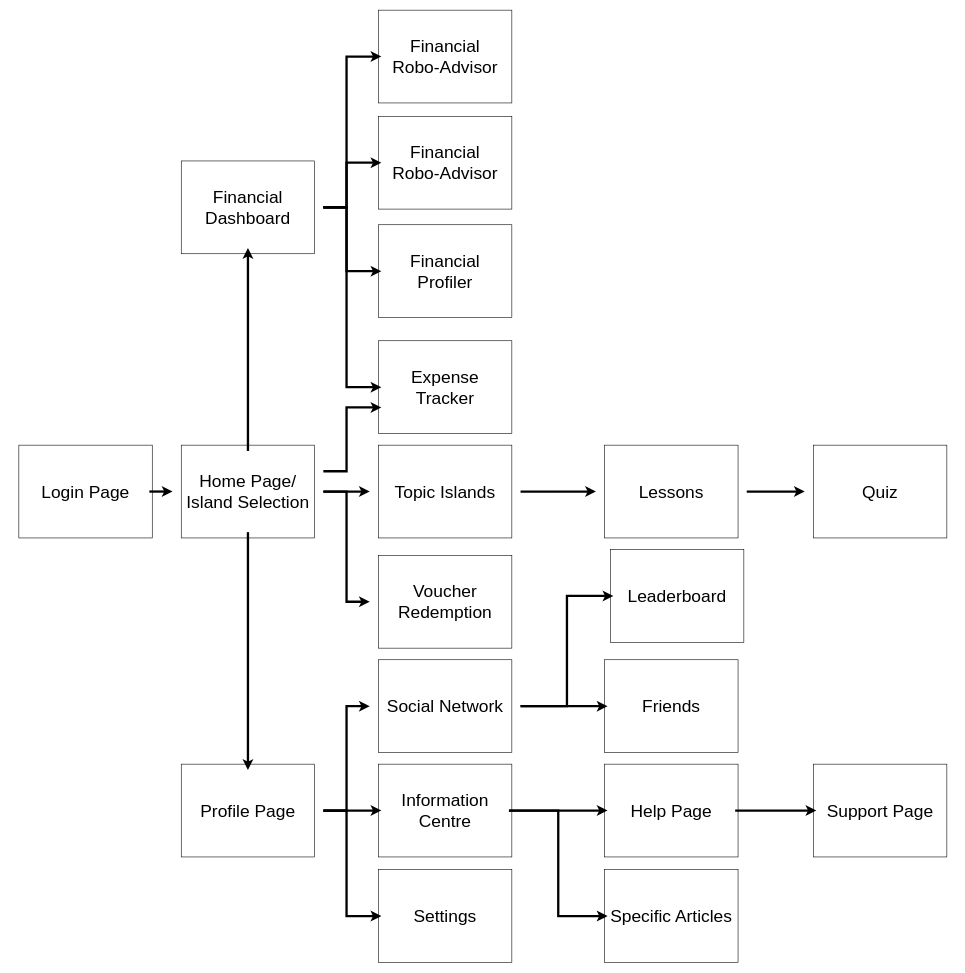
This is FinanceKaki_Iter2.drawio from tigercxx/hello-world, a draw.io file, before an edit. Source tidied: cells renumbered, new cells numbered last; positions are measured from the earlier drawing's top-left corner, leaving out a move shared by most shapes. Both pictures are drawn from the tidied source at 58%, with x=0, y=0 at pixel (10, 10).
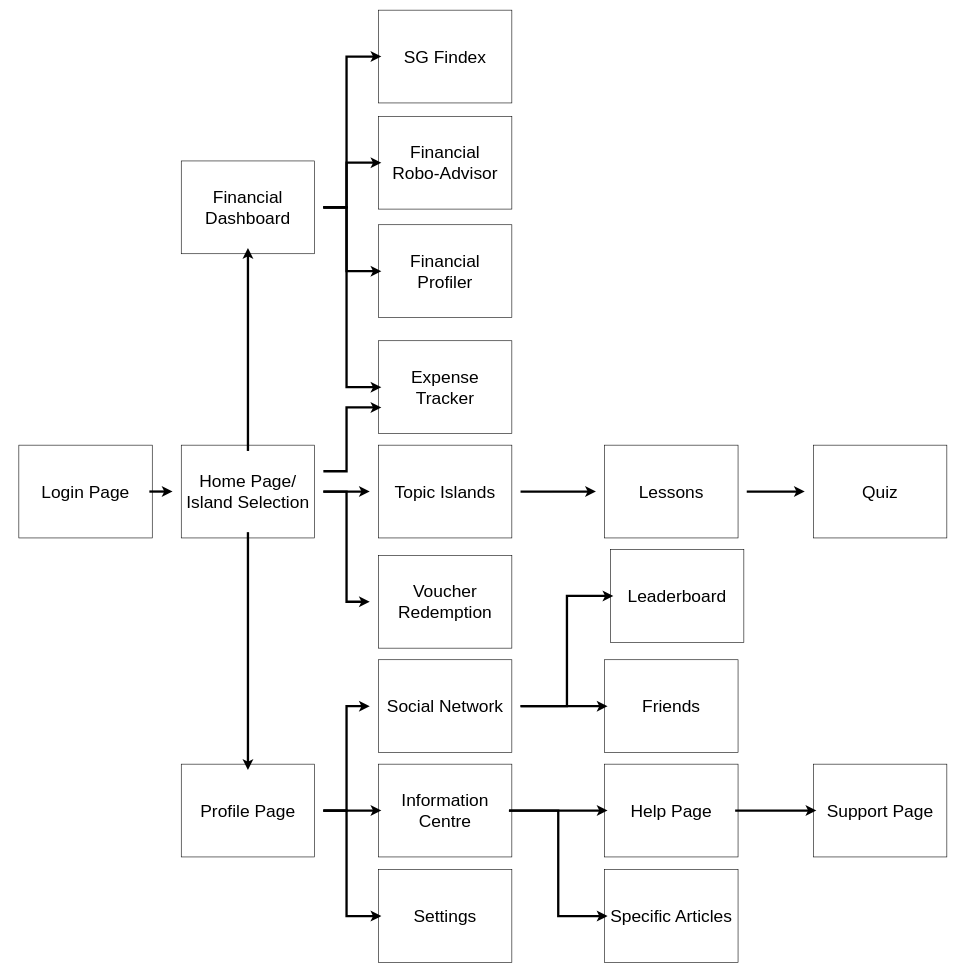
The same diagram, later.

The change refers to these unchanged cells:
```xml
<mxCell id="57" style="group;" parent="1" vertex="1">
  <mxGeometry x="620" width="260" height="160" as="geometry" />
</mxCell>
```

What changed in the source:
```diff
@@
-    <mxCell id="59" value="&lt;span style=&quot;font-size: 30px;&quot;&gt;Financial &lt;br&gt;Robo-Advisor&lt;/span&gt;" style="text;html=1;strokeColor=none;fillColor=none;align=center;verticalAlign=middle;whiteSpace=wrap;rounded=0;" parent="57" vertex="1">
+    <mxCell id="59" value="&lt;span style=&quot;font-size: 30px;&quot;&gt;SG Findex&lt;/span&gt;" style="text;html=1;strokeColor=none;fillColor=none;align=center;verticalAlign=middle;whiteSpace=wrap;rounded=0;" parent="57" vertex="1">
       <mxGeometry x="20" y="10" width="220" height="140" as="geometry" />
     </mxCell>
```
